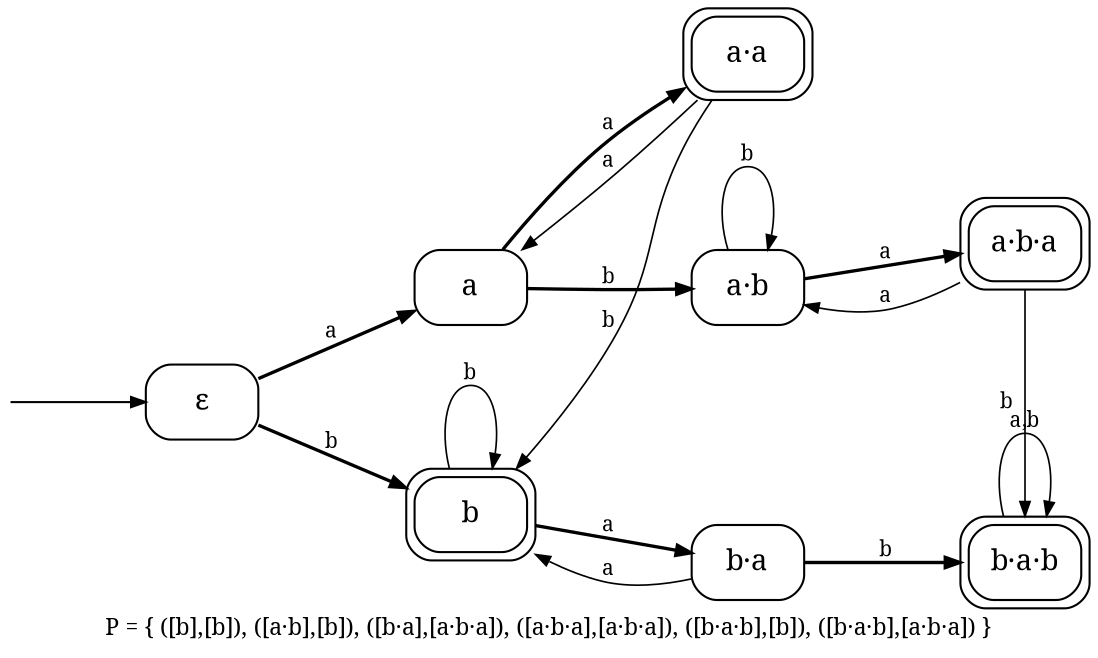
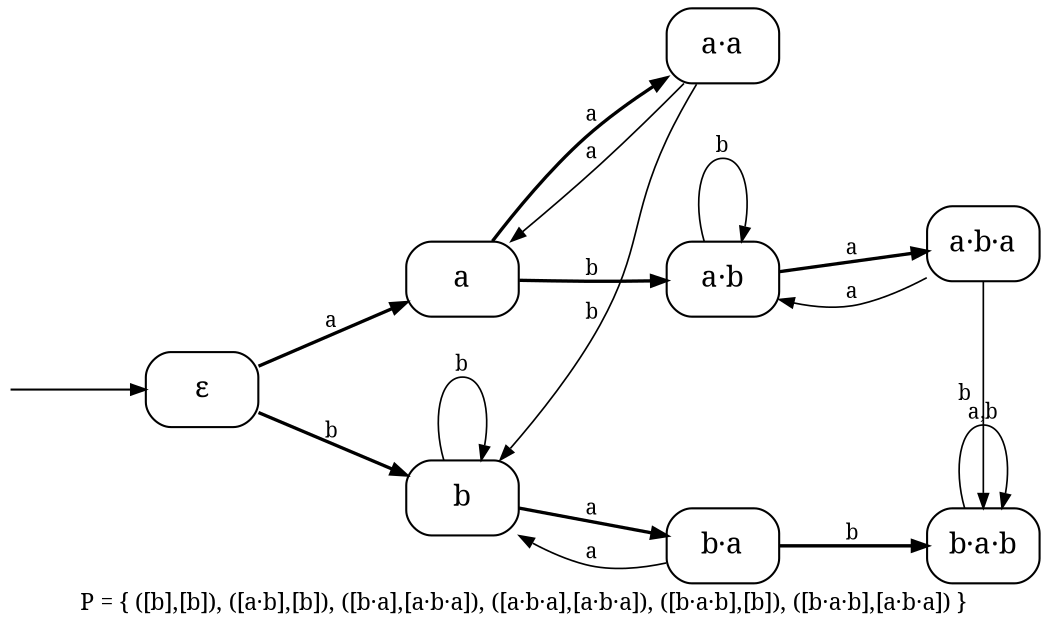
// sos2cayley evenblocks.sos --rename a=a,!a=b
digraph core_F3_evenblocks {
  rankdir=LR;
  ranksep=0.87; nodesep=0.55;
  node [shape=box, style=rounded, fontname="serif", margin="0.06,0.03"];
  edge [fontname="serif", fontsize=10, arrowsize=0.7];
  label="P = { ([b],[b]), ([a·b],[b]), ([b·a],[a·b·a]), ([a·b·a],[a·b·a]), ([b·a·b],[b]), ([b·a·b],[a·b·a]) }"; labelloc="b"; labeljust="c";
  fontname="serif"; fontsize=11;

  eps [label="ε"];
  a [label="a"];
-   b [label="b", peripheries=2];
-   aa [label="a·a", peripheries=2];
+   b [label="b"];
+   aa [label="a·a"];
  ab [label="a·b"];
  ba [label="b·a"];
-   aba [label="a·b·a", peripheries=2];
-   bab [label="b·a·b", peripheries=2];
+   aba [label="a·b·a"];
+   bab [label="b·a·b"];
  _init [shape=none, label="", width=0.02, height=0.02];
  _init -> eps;

  { rank=same; eps; }
  { rank=same; a b; }
  { rank=same; aa ab ba; }
  { rank=same; aba bab; }

  eps -> a [label="a", penwidth=1.6, weight=10];
  eps -> b [label="b", penwidth=1.6, weight=10];
  a -> aa [label="a", penwidth=1.6, weight=3];
  a -> ab [label="b", penwidth=1.6, weight=3];
  b -> ba [label="a", penwidth=1.6, weight=3];
  b -> b [label="b", penwidth=0.8, weight=1];
  aa -> a [label="a", penwidth=0.8, weight=1];
  aa -> b [label="b", penwidth=0.8, weight=1];
  ab -> aba [label="a", penwidth=1.6, weight=3];
  ab -> ab [label="b", penwidth=0.8, weight=1];
  ba -> b [label="a", penwidth=0.8, weight=1];
  ba -> bab [label="b", penwidth=1.6, weight=3];
  aba -> ab [label="a", penwidth=0.8, weight=1];
  aba -> bab [label="b", penwidth=0.8, weight=1];
  bab -> bab [label="a,b", penwidth=0.8, weight=1];
}
